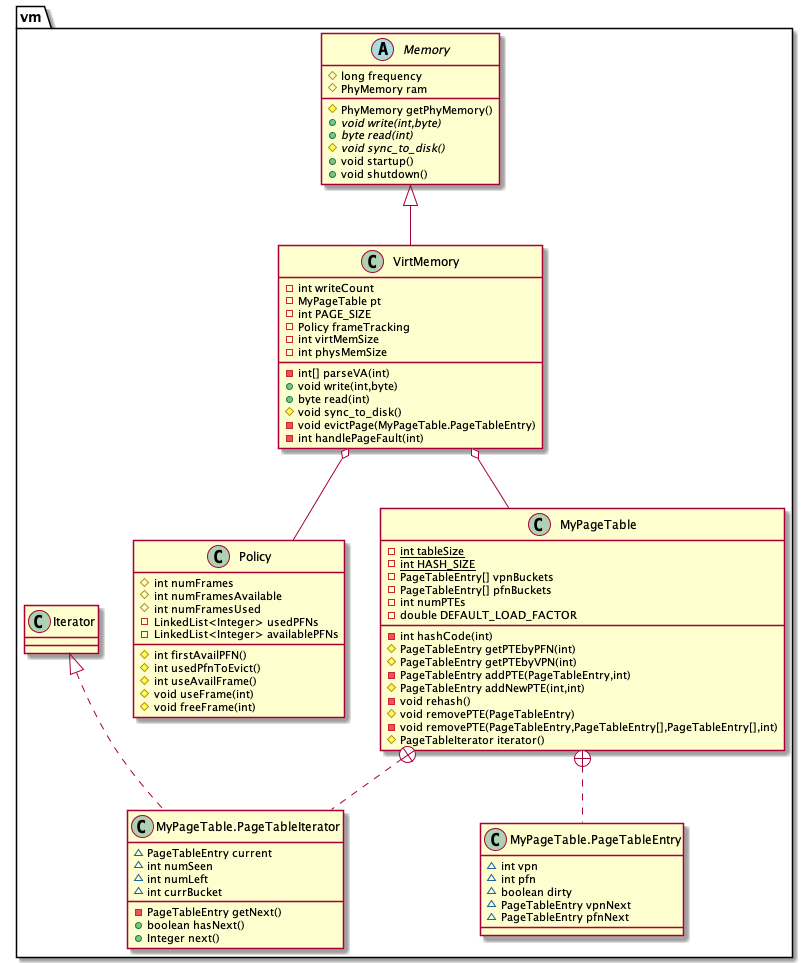
am-f/CS371F21 keeps this PlantUML diagram as project2/design/umlFinal (current).png. Above is the earlier version.
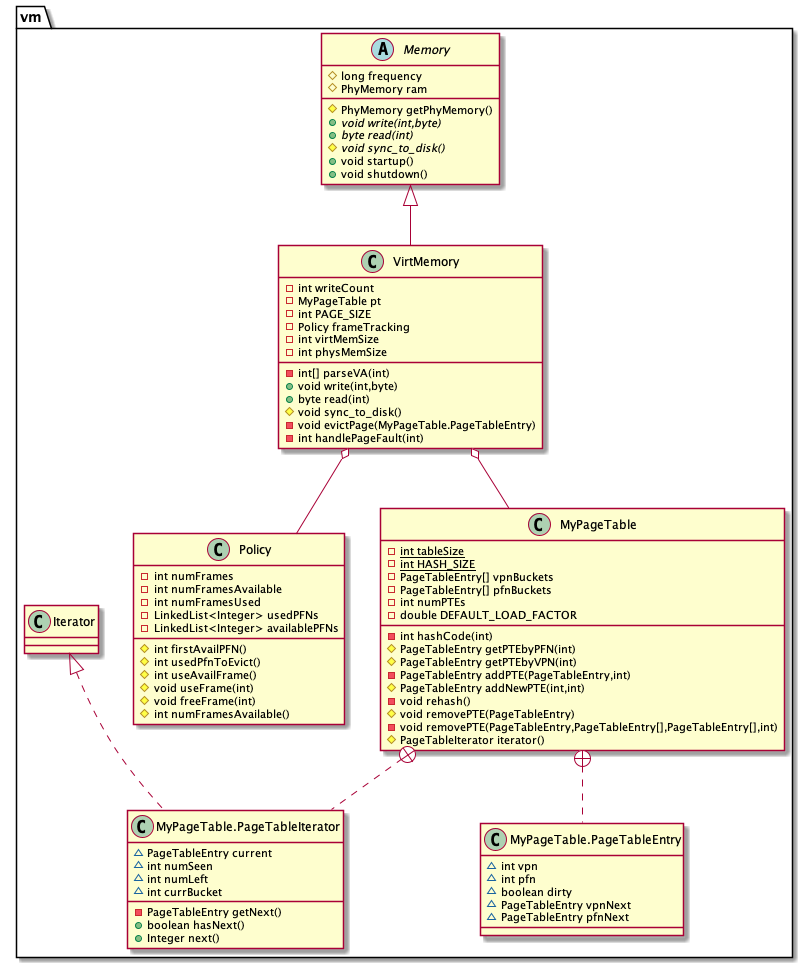
The same file after the commit.

Commit message:
minor changes to visibility, iterator, uml

What changed in the source:
```diff
@@ -10,9 +10,9 @@
 + void shutdown()
 }
 class vm.Policy {
-# int numFrames
-# int numFramesAvailable
-# int numFramesUsed
+- int numFrames
+- int numFramesAvailable
+- int numFramesUsed
 - LinkedList<Integer> usedPFNs
 - LinkedList<Integer> availablePFNs
 # int firstAvailPFN()
@@ -20,6 +20,7 @@
 # int useAvailFrame()
 # void useFrame(int)
 # void freeFrame(int)
+# int numFramesAvailable()
 }
 class vm.VirtMemory {
 - int writeCount
```
